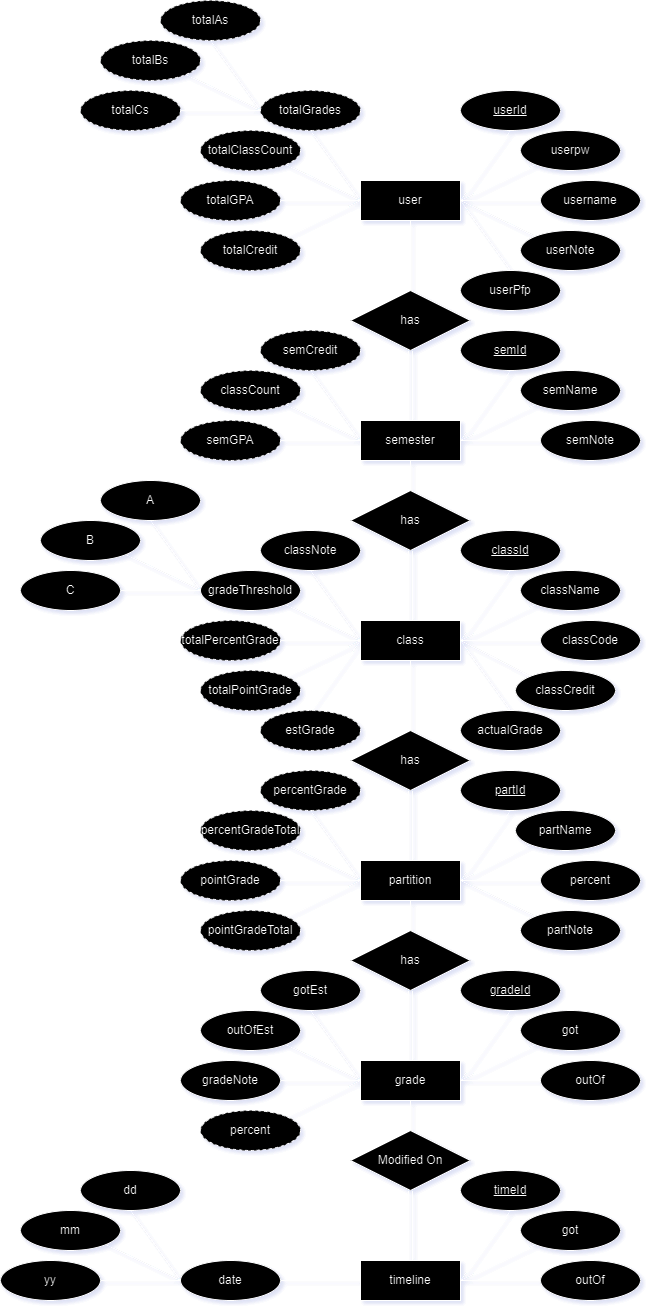
Before: graphics/erd.png, a diagram exported from draw.io (7cevge/GoatedGrades_TrackerApp). Source tidied: cells renumbered, new cells last; positions are measured from the earlier drawing's top-left corner, leaving out a move shared by most shapes.
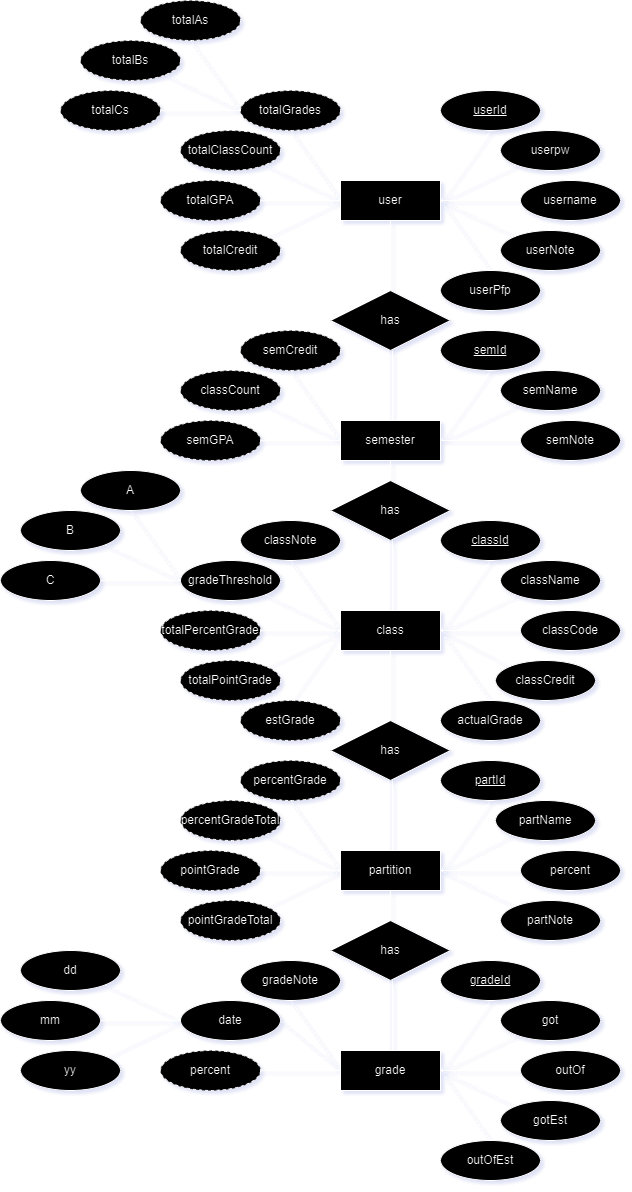
Later version of the same file.

Diff of the diagram source:
```diff
@@ -3,10 +3,10 @@
     <mxCell id="0" />
     <mxCell id="1" parent="0" />
     <mxCell id="2" value="user" style="whiteSpace=wrap;html=1;align=center;" parent="1" vertex="1">
-      <mxGeometry x="360" y="180" width="100" height="40" as="geometry" />
+      <mxGeometry x="360" y="190" width="100" height="40" as="geometry" />
     </mxCell>
     <mxCell id="3" value="semester" style="whiteSpace=wrap;html=1;align=center;" parent="1" vertex="1">
-      <mxGeometry x="360" y="420" width="100" height="40" as="geometry" />
+      <mxGeometry x="360" y="430" width="100" height="40" as="geometry" />
     </mxCell>
     <mxCell id="4" value="class" style="whiteSpace=wrap;html=1;align=center;" parent="1" vertex="1">
       <mxGeometry x="360" y="620" width="100" height="40" as="geometry" />
@@ -18,7 +18,7 @@
       <mxGeometry x="360" y="1060" width="100" height="40" as="geometry" />
     </mxCell>
     <mxCell id="7" value="has" style="shape=rhombus;perimeter=rhombusPerimeter;whiteSpace=wrap;html=1;align=center;" parent="1" vertex="1">
-      <mxGeometry x="350" y="290" width="120" height="60" as="geometry" />
+      <mxGeometry x="350" y="300" width="120" height="60" as="geometry" />
     </mxCell>
     <mxCell id="8" value="has" style="shape=rhombus;perimeter=rhombusPerimeter;whiteSpace=wrap;html=1;align=center;" parent="1" vertex="1">
       <mxGeometry x="350" y="490" width="120" height="60" as="geometry" />
@@ -78,16 +78,16 @@
       <mxGeometry relative="1" as="geometry" />
     </mxCell>
     <mxCell id="27" value="&lt;u&gt;userId&lt;/u&gt;" style="ellipse;whiteSpace=wrap;html=1;align=center;" parent="1" vertex="1">
-      <mxGeometry x="460" y="90" width="100" height="40" as="geometry" />
+      <mxGeometry x="460" y="100" width="100" height="40" as="geometry" />
     </mxCell>
     <mxCell id="28" value="totalGPA" style="ellipse;whiteSpace=wrap;html=1;align=center;dashed=1;" parent="1" vertex="1">
-      <mxGeometry x="180" y="180" width="100" height="40" as="geometry" />
+      <mxGeometry x="180" y="190" width="100" height="40" as="geometry" />
     </mxCell>
     <mxCell id="29" value="semId" style="ellipse;whiteSpace=wrap;html=1;align=center;fontStyle=4;" parent="1" vertex="1">
-      <mxGeometry x="460" y="330" width="100" height="40" as="geometry" />
+      <mxGeometry x="460" y="340" width="100" height="40" as="geometry" />
     </mxCell>
     <mxCell id="30" value="semGPA" style="ellipse;whiteSpace=wrap;html=1;align=center;dashed=1;" parent="1" vertex="1">
-      <mxGeometry x="180" y="420" width="100" height="40" as="geometry" />
+      <mxGeometry x="180" y="430" width="100" height="40" as="geometry" />
     </mxCell>
     <mxCell id="31" value="classCode" style="ellipse;whiteSpace=wrap;html=1;align=center;" parent="1" vertex="1">
       <mxGeometry x="540" y="620" width="100" height="40" as="geometry" />
@@ -174,7 +174,7 @@
       <mxGeometry relative="1" as="geometry" />
     </mxCell>
     <mxCell id="59" value="percent" style="ellipse;whiteSpace=wrap;html=1;align=center;dashed=1;" parent="1" vertex="1">
-      <mxGeometry x="200" y="1110" width="100" height="40" as="geometry" />
+      <mxGeometry x="180" y="1060" width="100" height="40" as="geometry" />
     </mxCell>
     <mxCell id="60" value="outOf" style="ellipse;whiteSpace=wrap;html=1;align=center;" parent="1" vertex="1">
       <mxGeometry x="540" y="1060" width="100" height="40" as="geometry" />
@@ -182,56 +182,35 @@
     <mxCell id="61" value="got" style="ellipse;whiteSpace=wrap;html=1;align=center;" parent="1" vertex="1">
       <mxGeometry x="520" y="1010" width="100" height="40" as="geometry" />
     </mxCell>
-    <mxCell id="62" value="timeline" style="whiteSpace=wrap;html=1;align=center;" parent="1" vertex="1">
-      <mxGeometry x="360" y="1260" width="100" height="40" as="geometry" />
-    </mxCell>
-    <mxCell id="63" value="Modified On" style="shape=rhombus;perimeter=rhombusPerimeter;whiteSpace=wrap;html=1;align=center;" parent="1" vertex="1">
-      <mxGeometry x="350" y="1130" width="120" height="60" as="geometry" />
-    </mxCell>
-    <mxCell id="64" value="timeId" style="ellipse;whiteSpace=wrap;html=1;align=center;fontStyle=4;" parent="1" vertex="1">
-      <mxGeometry x="460" y="1170" width="100" height="40" as="geometry" />
-    </mxCell>
     <mxCell id="65" value="date" style="ellipse;whiteSpace=wrap;html=1;align=center;" parent="1" vertex="1">
-      <mxGeometry x="180" y="1260" width="100" height="40" as="geometry" />
+      <mxGeometry x="200" y="1010" width="100" height="40" as="geometry" />
     </mxCell>
     <mxCell id="66" value="yy" style="ellipse;whiteSpace=wrap;html=1;align=center;" parent="1" vertex="1">
-      <mxGeometry y="1260" width="100" height="40" as="geometry" />
+      <mxGeometry x="40" y="1060" width="100" height="40" as="geometry" />
     </mxCell>
     <mxCell id="67" value="mm" style="ellipse;whiteSpace=wrap;html=1;align=center;" parent="1" vertex="1">
-      <mxGeometry x="20" y="1210" width="100" height="40" as="geometry" />
+      <mxGeometry x="20" y="1010" width="100" height="40" as="geometry" />
     </mxCell>
     <mxCell id="68" value="dd" style="ellipse;whiteSpace=wrap;html=1;align=center;" parent="1" vertex="1">
-      <mxGeometry x="80" y="1170" width="100" height="40" as="geometry" />
+      <mxGeometry x="40" y="960" width="100" height="40" as="geometry" />
     </mxCell>
-    <mxCell id="69" style="endArrow=none;html=1;rounded=0;exitX=0.5;exitY=1;exitDx=0;exitDy=0;entryX=1;entryY=0.5;entryDx=0;entryDy=0;" parent="1" edge="1" source="64" target="62">
-      <mxGeometry relative="1" as="geometry" />
-    </mxCell>
-    <mxCell id="70" style="endArrow=none;html=1;rounded=0;entryX=0.5;entryY=1;entryDx=0;entryDy=0;exitX=0.5;exitY=0;exitDx=0;exitDy=0;" parent="1" edge="1" source="63" target="6">
-      <mxGeometry relative="1" as="geometry" />
-    </mxCell>
-    <mxCell id="71" style="shape=link;html=1;rounded=0;entryX=0.5;entryY=0;entryDx=0;entryDy=0;exitX=0.5;exitY=1;exitDx=0;exitDy=0;" parent="1" edge="1" source="63" target="62">
-      <mxGeometry relative="1" as="geometry" />
-    </mxCell>
-    <mxCell id="72" style="html=1;whiteSpace=wrap;align=right;verticalAlign=bottom;" parent="71" vertex="1">
-      <mxGeometry x="1" relative="1" as="geometry" />
-    </mxCell>
-    <mxCell id="73" style="endArrow=none;html=1;rounded=0;entryX=0;entryY=0.5;entryDx=0;entryDy=0;exitX=1;exitY=0.5;exitDx=0;exitDy=0;" parent="1" edge="1" source="66" target="65">
+    <mxCell id="73" style="endArrow=none;html=1;rounded=0;entryX=0;entryY=0.5;entryDx=0;entryDy=0;exitX=1;exitY=0;exitDx=0;exitDy=0;" parent="1" edge="1" source="66" target="65">
       <mxGeometry relative="1" as="geometry" />
     </mxCell>
-    <mxCell id="74" style="endArrow=none;html=1;rounded=0;exitX=0;exitY=0.5;exitDx=0;exitDy=0;entryX=0.5;entryY=1;entryDx=0;entryDy=0;" parent="1" edge="1" source="65" target="68">
+    <mxCell id="74" style="endArrow=none;html=1;rounded=0;exitX=0;exitY=0.5;exitDx=0;exitDy=0;entryX=1;entryY=1;entryDx=0;entryDy=0;" parent="1" edge="1" source="65" target="68">
       <mxGeometry relative="1" as="geometry" />
     </mxCell>
-    <mxCell id="75" style="endArrow=none;html=1;rounded=0;exitX=0;exitY=0.5;exitDx=0;exitDy=0;entryX=1;entryY=0.5;entryDx=0;entryDy=0;" parent="1" edge="1" source="62" target="65">
+    <mxCell id="75" style="endArrow=none;html=1;rounded=0;exitX=0;exitY=0.5;exitDx=0;exitDy=0;entryX=1;entryY=0.5;entryDx=0;entryDy=0;" parent="1" edge="1" source="6" target="65">
       <mxGeometry relative="1" as="geometry" />
     </mxCell>
-    <mxCell id="76" style="endArrow=none;html=1;rounded=0;entryX=1;entryY=1;entryDx=0;entryDy=0;exitX=0;exitY=0.5;exitDx=0;exitDy=0;" parent="1" edge="1" source="65" target="67">
+    <mxCell id="76" style="endArrow=none;html=1;rounded=0;entryX=1;entryY=0.5;entryDx=0;entryDy=0;exitX=0;exitY=0.5;exitDx=0;exitDy=0;" parent="1" edge="1" source="65" target="67">
       <mxGeometry relative="1" as="geometry" />
     </mxCell>
     <mxCell id="77" value="classCount" style="ellipse;whiteSpace=wrap;html=1;align=center;dashed=1;" parent="1" vertex="1">
-      <mxGeometry x="200" y="370" width="100" height="40" as="geometry" />
+      <mxGeometry x="200" y="380" width="100" height="40" as="geometry" />
     </mxCell>
     <mxCell id="78" value="semCredit" style="ellipse;whiteSpace=wrap;html=1;align=center;dashed=1;" parent="1" vertex="1">
-      <mxGeometry x="260" y="330" width="100" height="40" as="geometry" />
+      <mxGeometry x="260" y="340" width="100" height="40" as="geometry" />
     </mxCell>
     <mxCell id="79" style="endArrow=none;html=1;rounded=0;entryX=0;entryY=0.5;entryDx=0;entryDy=0;exitX=0.5;exitY=1;exitDx=0;exitDy=0;" parent="1" edge="1" source="78" target="3">
       <mxGeometry relative="1" as="geometry" />
@@ -249,21 +228,21 @@
       <mxGeometry relative="1" as="geometry" />
     </mxCell>
     <mxCell id="84" value="outOfEst" style="ellipse;whiteSpace=wrap;html=1;align=center;" parent="1" vertex="1">
-      <mxGeometry x="200" y="1010" width="100" height="40" as="geometry" />
+      <mxGeometry x="460" y="1150" width="100" height="40" as="geometry" />
     </mxCell>
     <mxCell id="85" value="gotEst" style="ellipse;whiteSpace=wrap;html=1;align=center;" parent="1" vertex="1">
-      <mxGeometry x="260" y="970" width="100" height="40" as="geometry" />
+      <mxGeometry x="520" y="1110" width="100" height="40" as="geometry" />
     </mxCell>
     <mxCell id="86" style="endArrow=none;html=1;rounded=0;exitX=1;exitY=0.5;exitDx=0;exitDy=0;entryX=0.5;entryY=1;entryDx=0;entryDy=0;" parent="1" edge="1" source="5" target="24">
       <mxGeometry relative="1" as="geometry" />
     </mxCell>
-    <mxCell id="87" style="endArrow=none;html=1;rounded=0;entryX=0;entryY=0.5;entryDx=0;entryDy=0;exitX=1;exitY=1;exitDx=0;exitDy=0;" parent="1" edge="1" source="84" target="6">
+    <mxCell id="87" style="endArrow=none;html=1;rounded=0;entryX=1;entryY=0.5;entryDx=0;entryDy=0;exitX=0.5;exitY=0;exitDx=0;exitDy=0;" parent="1" edge="1" source="84" target="6">
       <mxGeometry relative="1" as="geometry" />
     </mxCell>
-    <mxCell id="88" style="endArrow=none;html=1;rounded=0;entryX=0;entryY=0.5;entryDx=0;entryDy=0;exitX=0.5;exitY=1;exitDx=0;exitDy=0;" parent="1" edge="1" source="85" target="6">
+    <mxCell id="88" style="endArrow=none;html=1;rounded=0;entryX=1;entryY=0.5;entryDx=0;entryDy=0;exitX=0;exitY=0;exitDx=0;exitDy=0;" parent="1" edge="1" source="85" target="6">
       <mxGeometry relative="1" as="geometry" />
     </mxCell>
-    <mxCell id="89" style="endArrow=none;html=1;rounded=0;entryX=0;entryY=0.5;entryDx=0;entryDy=0;exitX=1;exitY=0;exitDx=0;exitDy=0;" parent="1" edge="1" source="59" target="6">
+    <mxCell id="89" style="endArrow=none;html=1;rounded=0;entryX=0;entryY=0.5;entryDx=0;entryDy=0;exitX=1;exitY=0.5;exitDx=0;exitDy=0;" parent="1" edge="1" source="59" target="6">
       <mxGeometry relative="1" as="geometry" />
     </mxCell>
     <mxCell id="90" style="endArrow=none;html=1;rounded=0;exitX=1;exitY=0.5;exitDx=0;exitDy=0;entryX=0;entryY=0.5;entryDx=0;entryDy=0;" parent="1" edge="1" source="6" target="60">
@@ -297,28 +276,28 @@
       <mxGeometry relative="1" as="geometry" />
     </mxCell>
     <mxCell id="100" value="username" style="ellipse;whiteSpace=wrap;html=1;align=center;" parent="1" vertex="1">
-      <mxGeometry x="540" y="180" width="100" height="40" as="geometry" />
+      <mxGeometry x="540" y="190" width="100" height="40" as="geometry" />
     </mxCell>
     <mxCell id="101" value="userpw" style="ellipse;whiteSpace=wrap;html=1;align=center;" parent="1" vertex="1">
-      <mxGeometry x="520" y="130" width="100" height="40" as="geometry" />
+      <mxGeometry x="520" y="140" width="100" height="40" as="geometry" />
     </mxCell>
     <mxCell id="102" value="totalCredit" style="ellipse;whiteSpace=wrap;html=1;align=center;dashed=1;" parent="1" vertex="1">
-      <mxGeometry x="200" y="230" width="100" height="40" as="geometry" />
+      <mxGeometry x="200" y="240" width="100" height="40" as="geometry" />
     </mxCell>
     <mxCell id="103" value="totalClassCount" style="ellipse;whiteSpace=wrap;html=1;align=center;dashed=1;" parent="1" vertex="1">
-      <mxGeometry x="200" y="130" width="100" height="40" as="geometry" />
+      <mxGeometry x="200" y="140" width="100" height="40" as="geometry" />
     </mxCell>
     <mxCell id="104" value="totalGrades" style="ellipse;whiteSpace=wrap;html=1;align=center;dashed=1;" parent="1" vertex="1">
-      <mxGeometry x="260" y="90" width="100" height="40" as="geometry" />
+      <mxGeometry x="260" y="100" width="100" height="40" as="geometry" />
     </mxCell>
     <mxCell id="105" value="totalAs" style="ellipse;whiteSpace=wrap;html=1;align=center;dashed=1;" parent="1" vertex="1">
-      <mxGeometry x="160" width="100" height="40" as="geometry" />
+      <mxGeometry x="160" y="10" width="100" height="40" as="geometry" />
     </mxCell>
     <mxCell id="106" value="totalBs" style="ellipse;whiteSpace=wrap;html=1;align=center;dashed=1;" parent="1" vertex="1">
-      <mxGeometry x="100" y="40" width="100" height="40" as="geometry" />
+      <mxGeometry x="100" y="50" width="100" height="40" as="geometry" />
     </mxCell>
     <mxCell id="107" value="totalCs" style="ellipse;whiteSpace=wrap;html=1;align=center;dashed=1;" parent="1" vertex="1">
-      <mxGeometry x="80" y="90" width="100" height="40" as="geometry" />
+      <mxGeometry x="80" y="100" width="100" height="40" as="geometry" />
     </mxCell>
     <mxCell id="108" style="endArrow=none;html=1;rounded=0;entryX=1;entryY=0.5;entryDx=0;entryDy=0;exitX=0;exitY=0.5;exitDx=0;exitDy=0;" parent="1" edge="1" source="2" target="28">
       <mxGeometry relative="1" as="geometry" />
@@ -337,7 +316,7 @@
     </mxCell>
     <mxCell id="113" style="endArrow=none;html=1;rounded=0;entryX=1;entryY=1;entryDx=0;entryDy=0;" parent="1" edge="1" target="106">
       <mxGeometry relative="1" as="geometry">
-        <mxPoint x="260" y="110" as="sourcePoint" />
+        <mxPoint x="260" y="120" as="sourcePoint" />
       </mxGeometry>
     </mxCell>
     <mxCell id="114" style="endArrow=none;html=1;rounded=0;exitX=1;exitY=1;exitDx=0;exitDy=0;entryX=0;entryY=0.5;entryDx=0;entryDy=0;" parent="1" edge="1" source="103" target="2">
@@ -353,10 +332,10 @@
       <mxGeometry relative="1" as="geometry" />
     </mxCell>
     <mxCell id="118" value="semName" style="ellipse;whiteSpace=wrap;html=1;align=center;fontStyle=0;" parent="1" vertex="1">
-      <mxGeometry x="520" y="370" width="100" height="40" as="geometry" />
+      <mxGeometry x="520" y="380" width="100" height="40" as="geometry" />
     </mxCell>
     <mxCell id="119" value="semNote" style="ellipse;whiteSpace=wrap;html=1;align=center;fontStyle=0;" parent="1" vertex="1">
-      <mxGeometry x="540" y="420" width="100" height="40" as="geometry" />
+      <mxGeometry x="540" y="430" width="100" height="40" as="geometry" />
     </mxCell>
     <mxCell id="120" style="endArrow=none;html=1;rounded=0;exitX=1;exitY=0.5;exitDx=0;exitDy=0;entryX=0;entryY=1;entryDx=0;entryDy=0;" parent="1" edge="1" source="3" target="118">
       <mxGeometry relative="1" as="geometry" />
@@ -371,33 +350,19 @@
       <mxGeometry relative="1" as="geometry" />
     </mxCell>
     <mxCell id="124" value="gradeNote" style="ellipse;whiteSpace=wrap;html=1;align=center;" parent="1" vertex="1">
-      <mxGeometry x="180" y="1060" width="100" height="40" as="geometry" />
+      <mxGeometry x="260" y="970" width="100" height="40" as="geometry" />
     </mxCell>
-    <mxCell id="125" style="endArrow=none;html=1;rounded=0;exitX=0;exitY=0.5;exitDx=0;exitDy=0;entryX=1;entryY=0.5;entryDx=0;entryDy=0;" parent="1" edge="1" source="6" target="124">
+    <mxCell id="125" style="endArrow=none;html=1;rounded=0;exitX=0;exitY=0.5;exitDx=0;exitDy=0;entryX=0.5;entryY=1;entryDx=0;entryDy=0;" parent="1" edge="1" source="6" target="124">
       <mxGeometry relative="1" as="geometry" />
     </mxCell>
-    <mxCell id="126" value="outOf" style="ellipse;whiteSpace=wrap;html=1;align=center;" parent="1" vertex="1">
-      <mxGeometry x="540" y="1260" width="100" height="40" as="geometry" />
-    </mxCell>
-    <mxCell id="127" value="got" style="ellipse;whiteSpace=wrap;html=1;align=center;" parent="1" vertex="1">
-      <mxGeometry x="520" y="1210" width="100" height="40" as="geometry" />
-    </mxCell>
-    <mxCell id="128" style="endArrow=none;html=1;rounded=0;entryX=0;entryY=0.5;entryDx=0;entryDy=0;" parent="1" edge="1" target="126">
-      <mxGeometry relative="1" as="geometry">
-        <mxPoint x="460" y="1280" as="sourcePoint" />
-      </mxGeometry>
-    </mxCell>
-    <mxCell id="129" style="endArrow=none;html=1;rounded=0;exitX=1;exitY=0.5;exitDx=0;exitDy=0;entryX=0;entryY=1;entryDx=0;entryDy=0;" parent="1" edge="1" source="62" target="127">
-      <mxGeometry relative="1" as="geometry" />
-    </mxCell>
     <mxCell id="130" value="userNote" style="ellipse;whiteSpace=wrap;html=1;align=center;" parent="1" vertex="1">
-      <mxGeometry x="520" y="230" width="100" height="40" as="geometry" />
+      <mxGeometry x="520" y="240" width="100" height="40" as="geometry" />
     </mxCell>
     <mxCell id="131" style="endArrow=none;html=1;rounded=0;exitX=1;exitY=0.5;exitDx=0;exitDy=0;entryX=0;entryY=0;entryDx=0;entryDy=0;" parent="1" edge="1" source="2" target="130">
       <mxGeometry relative="1" as="geometry" />
     </mxCell>
     <mxCell id="132" value="userPfp" style="ellipse;whiteSpace=wrap;html=1;align=center;" parent="1" vertex="1">
-      <mxGeometry x="460" y="270" width="100" height="40" as="geometry" />
+      <mxGeometry x="460" y="280" width="100" height="40" as="geometry" />
     </mxCell>
     <mxCell id="133" style="endArrow=none;html=1;rounded=0;entryX=0.5;entryY=0;entryDx=0;entryDy=0;exitX=1;exitY=0.5;exitDx=0;exitDy=0;" parent="1" edge="1" source="2" target="132">
       <mxGeometry relative="1" as="geometry" />
```
